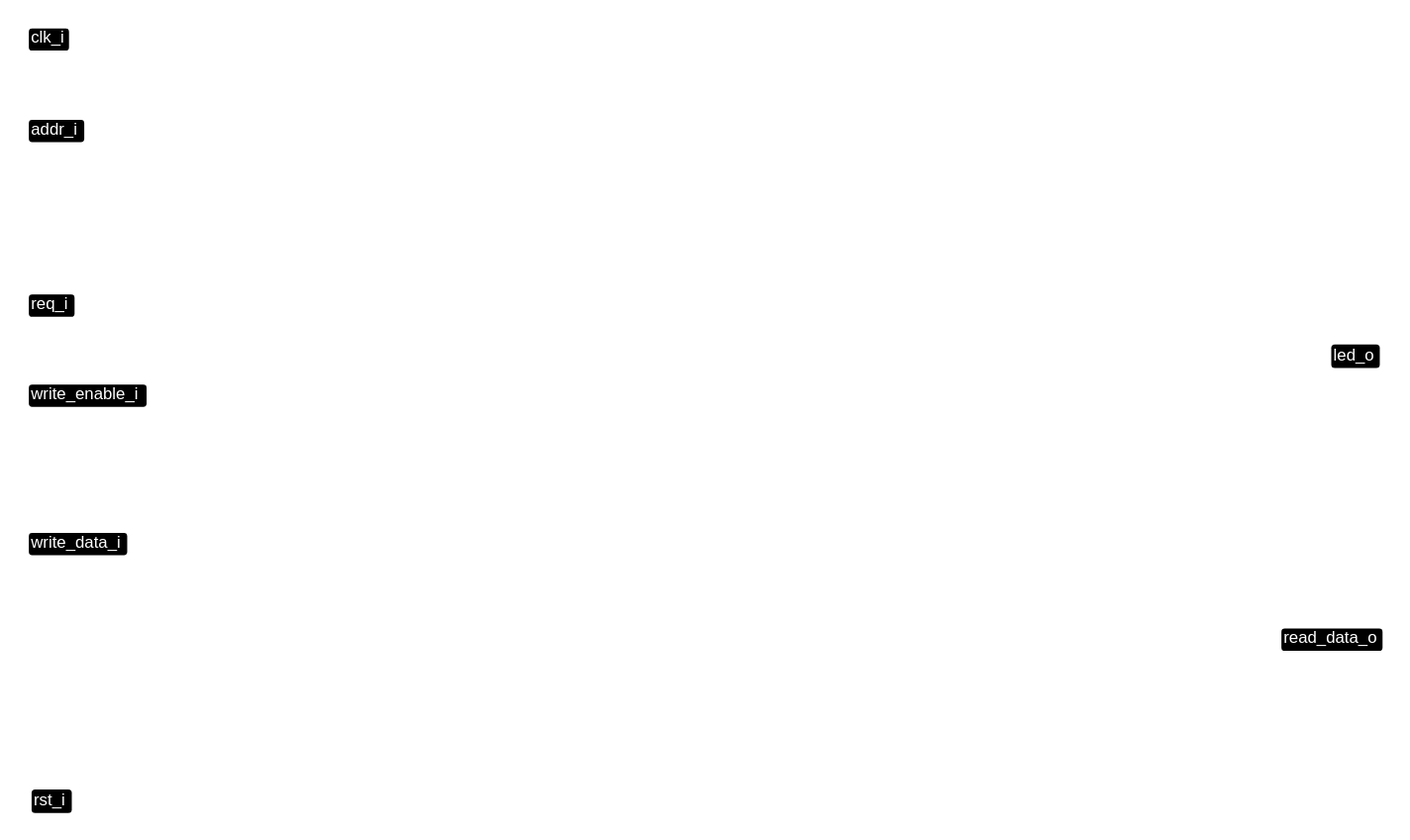
Before: .pic/Basic Verilog structures/controllers/fig_01.drawio.svg, a diagram exported from draw.io (MPSU/APS). Source tidied: cells renumbered, new cells last; positions are measured from the earlier drawing's top-left corner, leaving out a move shared by most shapes.
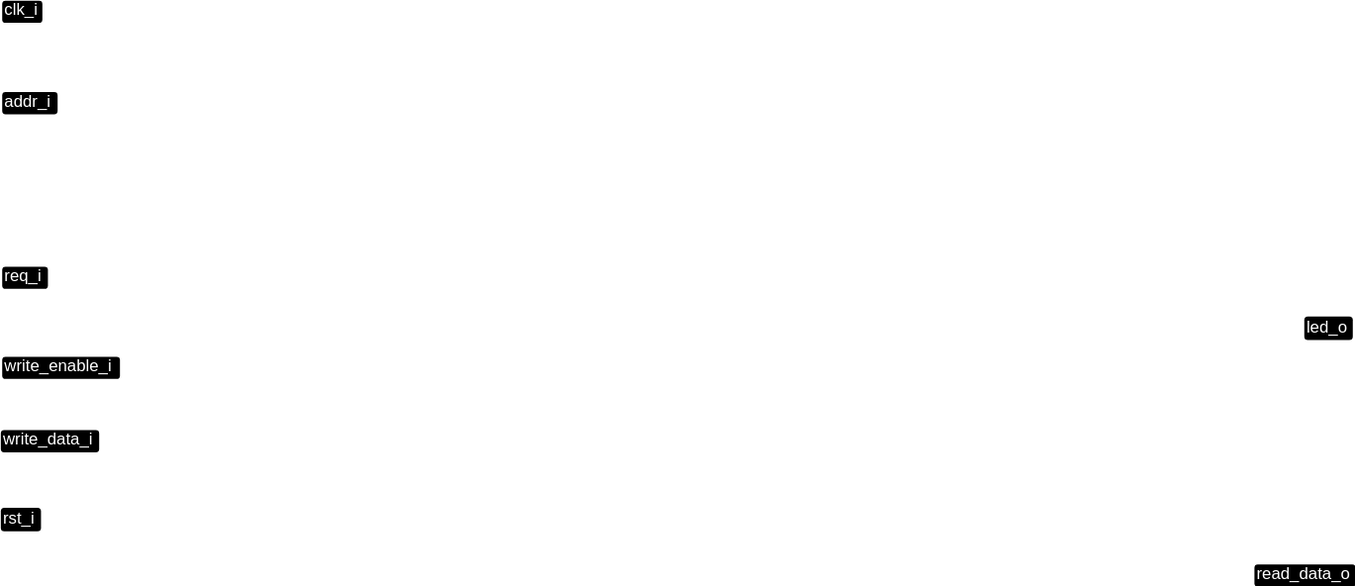
Above is the later version.

The edit, as a diff of the source:
```diff
@@ -6,25 +6,25 @@
       <mxGeometry width="29" height="16" as="geometry" />
     </mxCell>
     <mxCell id="3" value="rst_i" style="text;html=1;strokeColor=none;fillColor=#000000;align=left;verticalAlign=middle;whiteSpace=wrap;rounded=1;fontColor=#FFFFFF;spacingBottom=2;" parent="1" vertex="1">
-      <mxGeometry x="2" y="549" width="29" height="17" as="geometry" />
+      <mxGeometry x="-1" y="366" width="29" height="17" as="geometry" />
     </mxCell>
-    <mxCell id="4" value="write_data_i" style="text;html=1;strokeColor=none;fillColor=#000000;align=left;verticalAlign=middle;whiteSpace=wrap;rounded=1;fontColor=#FFFFFF;spacingBottom=2;" parent="1" vertex="1">
-      <mxGeometry y="364" width="71" height="16" as="geometry" />
+    <mxCell id="4" value="addr_i" style="text;html=1;strokeColor=none;fillColor=#000000;align=left;verticalAlign=middle;whiteSpace=wrap;rounded=1;fontColor=#FFFFFF;spacingBottom=2;" parent="1" vertex="1">
+      <mxGeometry y="66" width="40" height="16" as="geometry" />
     </mxCell>
-    <mxCell id="5" value="addr_i" style="text;html=1;strokeColor=none;fillColor=#000000;align=left;verticalAlign=middle;whiteSpace=wrap;rounded=1;fontColor=#FFFFFF;spacingBottom=2;" parent="1" vertex="1">
-      <mxGeometry y="66" width="40" height="16" as="geometry" />
+    <mxCell id="5" value="write_enable_i" style="text;html=1;strokeColor=none;fillColor=#000000;align=left;verticalAlign=middle;whiteSpace=wrap;rounded=1;fontColor=#FFFFFF;spacingBottom=2;" parent="1" vertex="1">
+      <mxGeometry y="257" width="85" height="16" as="geometry" />
     </mxCell>
-    <mxCell id="6" value="write_enable_i" style="text;html=1;strokeColor=none;fillColor=#000000;align=left;verticalAlign=middle;whiteSpace=wrap;rounded=1;fontColor=#FFFFFF;spacingBottom=2;" parent="1" vertex="1">
-      <mxGeometry y="257" width="85" height="16" as="geometry" />
+    <mxCell id="6" value="req_i" style="text;html=1;strokeColor=none;fillColor=#000000;align=left;verticalAlign=middle;whiteSpace=wrap;rounded=1;fontColor=#FFFFFF;spacingBottom=2;" parent="1" vertex="1">
+      <mxGeometry y="192" width="33" height="16" as="geometry" />
     </mxCell>
-    <mxCell id="7" value="req_i" style="text;html=1;strokeColor=none;fillColor=#000000;align=left;verticalAlign=middle;whiteSpace=wrap;rounded=1;fontColor=#FFFFFF;spacingBottom=2;" parent="1" vertex="1">
-      <mxGeometry y="192" width="33" height="16" as="geometry" />
+    <mxCell id="7" value="led_o" style="text;html=1;strokeColor=none;fillColor=#000000;align=left;verticalAlign=middle;whiteSpace=wrap;rounded=1;fontColor=#FFFFFF;spacingBottom=2;" parent="1" vertex="1">
+      <mxGeometry x="940" y="228" width="35" height="17" as="geometry" />
     </mxCell>
-    <mxCell id="8" value="led_o" style="text;html=1;strokeColor=none;fillColor=#000000;align=left;verticalAlign=middle;whiteSpace=wrap;rounded=1;fontColor=#FFFFFF;spacingBottom=2;" parent="1" vertex="1">
-      <mxGeometry x="940" y="228" width="35" height="17" as="geometry" />
+    <mxCell id="8" value="read_data_o" style="text;html=1;strokeColor=none;fillColor=#000000;align=left;verticalAlign=middle;whiteSpace=wrap;rounded=1;fontColor=#FFFFFF;spacingBottom=2;" parent="1" vertex="1">
+      <mxGeometry x="904" y="407" width="73" height="16" as="geometry" />
     </mxCell>
-    <mxCell id="9" value="read_data_o" style="text;html=1;strokeColor=none;fillColor=#000000;align=left;verticalAlign=middle;whiteSpace=wrap;rounded=1;fontColor=#FFFFFF;spacingBottom=2;" parent="1" vertex="1">
-      <mxGeometry x="904" y="433" width="73" height="16" as="geometry" />
+    <mxCell id="9" value="write_data_i" style="text;html=1;strokeColor=none;fillColor=#000000;align=left;verticalAlign=middle;whiteSpace=wrap;rounded=1;fontColor=#FFFFFF;spacingBottom=2;" parent="1" vertex="1">
+      <mxGeometry x="-1" y="310" width="71" height="16" as="geometry" />
     </mxCell>
   </root>
 </mxGraphModel>
```
